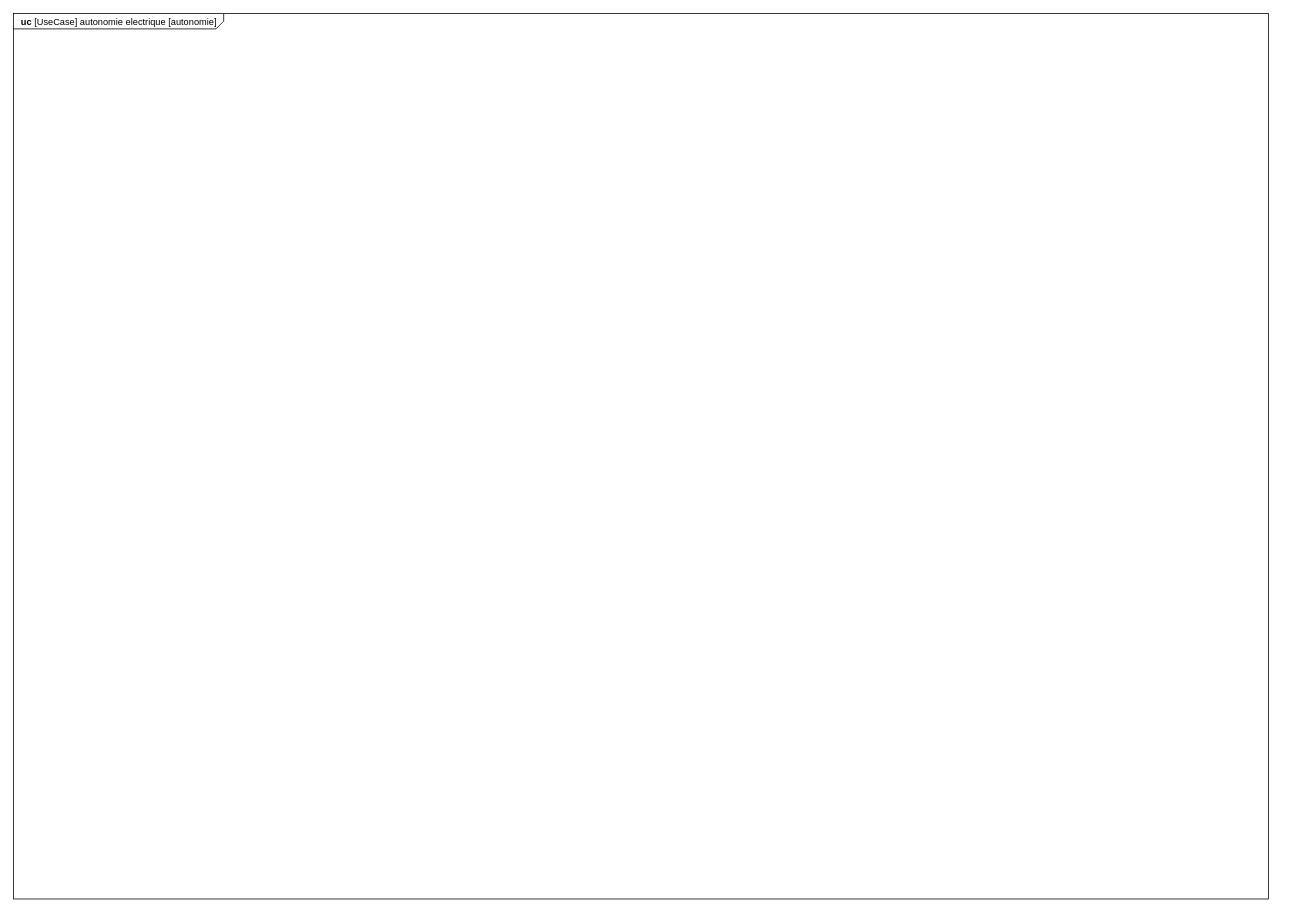
Above: IT/PROJET/usecase diagram electricitée.drawio in yapudjus/travail-lycee-rimains (draw.io), before the change. Source tidied: cells renumbered, new cells numbered last; positions are measured from the earlier drawing's top-left corner, leaving out a move shared by most shapes. Both pictures are drawn from the tidied source at 77%, with x=0, y=0 at pixel (13, 13).
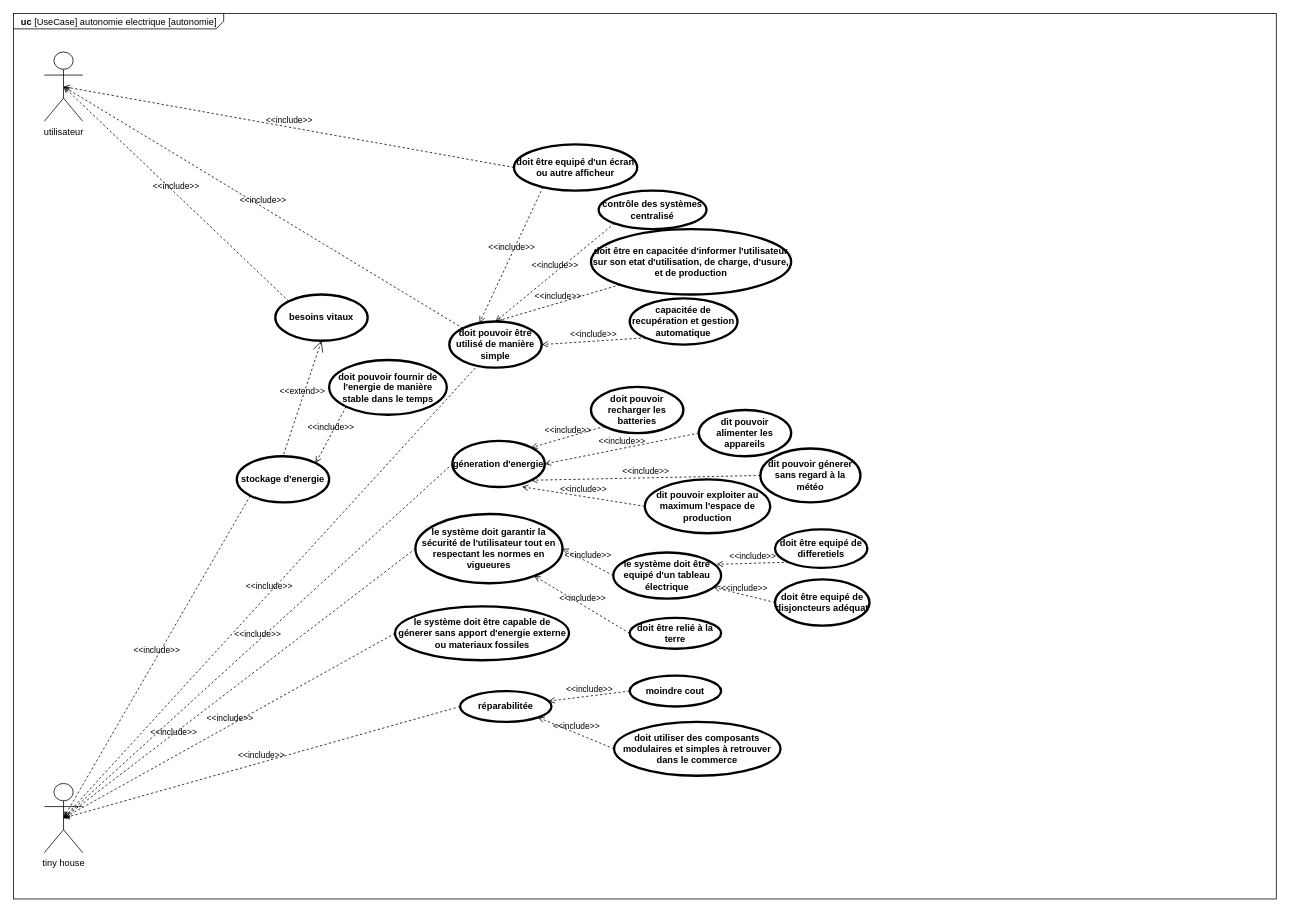
The same page after the edit.

What changed in the source:
```diff
@@
     <mxCell id="2" value="&lt;p style=&quot;margin:0px;margin-top:4px;margin-left:10px;text-align:left;&quot;&gt;&lt;b&gt;uc&lt;/b&gt;&amp;nbsp;[UseCase] autonomie electrique [autonomie]&lt;/p&gt;" style="html=1;shape=mxgraph.sysml.package;xSize=90;align=left;spacingLeft=10;overflow=fill;labelX=273;" parent="1" vertex="1">
-      <mxGeometry width="1630" height="1150" as="geometry" />
+      <mxGeometry width="1640" height="1150" as="geometry" />
     </mxCell>
+    <mxCell id="3" value="utilisateur" style="shape=umlActor;html=1;verticalLabelPosition=bottom;verticalAlign=top;align=center;" parent="1" vertex="1">
+      <mxGeometry x="40" y="50" width="50" height="90" as="geometry" />
+    </mxCell>
+    <mxCell id="4" value="tiny house" style="shape=umlActor;html=1;verticalLabelPosition=bottom;verticalAlign=top;align=center;" parent="1" vertex="1">
+      <mxGeometry x="40" y="1000" width="50" height="90" as="geometry" />
+    </mxCell>
+    <mxCell id="5" value="stockage d'energie" style="shape=ellipse;html=1;strokeWidth=3;fontStyle=1;whiteSpace=wrap;align=center;perimeter=ellipsePerimeter;" parent="1" vertex="1">
+      <mxGeometry x="290" y="575" width="120" height="60" as="geometry" />
+    </mxCell>
+    <mxCell id="6" value="&amp;lt;&amp;lt;include&amp;gt;&amp;gt;" style="edgeStyle=none;html=1;endArrow=open;verticalAlign=bottom;dashed=1;labelBackgroundColor=none;rounded=0;exitX=0;exitY=1;exitDx=0;exitDy=0;entryX=0.5;entryY=0.5;entryDx=0;entryDy=0;entryPerimeter=0;" parent="1" edge="1" source="5" target="4">
+      <mxGeometry relative="1" as="geometry" />
+    </mxCell>
+    <mxCell id="7" value="besoins vitaux" style="shape=ellipse;html=1;strokeWidth=3;fontStyle=1;whiteSpace=wrap;align=center;perimeter=ellipsePerimeter;" parent="1" vertex="1">
+      <mxGeometry x="340" y="365" width="120" height="60" as="geometry" />
+    </mxCell>
+    <mxCell id="8" value="&amp;lt;&amp;lt;extend&amp;gt;&amp;gt;" style="edgeStyle=none;html=1;startArrow=open;endArrow=none;startSize=12;verticalAlign=bottom;dashed=1;labelBackgroundColor=none;rounded=0;entryX=0.5;entryY=0;entryDx=0;entryDy=0;exitX=0.5;exitY=1;exitDx=0;exitDy=0;" parent="1" edge="1" source="7" target="5">
+      <mxGeometry relative="1" as="geometry" />
+    </mxCell>
+    <mxCell id="9" value="&amp;lt;&amp;lt;include&amp;gt;&amp;gt;" style="edgeStyle=none;html=1;endArrow=open;verticalAlign=bottom;dashed=1;labelBackgroundColor=none;rounded=0;exitX=0;exitY=0;exitDx=0;exitDy=0;entryX=0.5;entryY=0.5;entryDx=0;entryDy=0;entryPerimeter=0;" parent="1" edge="1" source="7" target="3">
+      <mxGeometry relative="1" as="geometry" />
+    </mxCell>
+    <mxCell id="10" value="géneration d'energie" style="shape=ellipse;html=1;strokeWidth=3;fontStyle=1;whiteSpace=wrap;align=center;perimeter=ellipsePerimeter;" parent="1" vertex="1">
+      <mxGeometry x="570" y="555" width="120" height="60" as="geometry" />
+    </mxCell>
+    <mxCell id="11" value="&amp;lt;&amp;lt;include&amp;gt;&amp;gt;" style="edgeStyle=none;html=1;endArrow=open;verticalAlign=bottom;dashed=1;labelBackgroundColor=none;rounded=0;exitX=0;exitY=0.5;exitDx=0;exitDy=0;entryX=0.5;entryY=0.5;entryDx=0;entryDy=0;entryPerimeter=0;" parent="1" edge="1" source="10" target="4">
+      <mxGeometry relative="1" as="geometry" />
+    </mxCell>
+    <mxCell id="12" value="doit pouvoir recharger les batteries" style="shape=ellipse;html=1;strokeWidth=3;fontStyle=1;whiteSpace=wrap;align=center;perimeter=ellipsePerimeter;" parent="1" vertex="1">
+      <mxGeometry x="750" y="485" width="120" height="60" as="geometry" />
+    </mxCell>
+    <mxCell id="13" value="&amp;lt;&amp;lt;include&amp;gt;&amp;gt;" style="edgeStyle=none;html=1;endArrow=open;verticalAlign=bottom;dashed=1;labelBackgroundColor=none;rounded=0;entryX=1;entryY=0;entryDx=0;entryDy=0;exitX=0;exitY=1;exitDx=0;exitDy=0;" parent="1" edge="1" source="12" target="10">
+      <mxGeometry relative="1" as="geometry" />
+    </mxCell>
+    <mxCell id="14" value="dit pouvoir alimenter les appareils" style="shape=ellipse;html=1;strokeWidth=3;fontStyle=1;whiteSpace=wrap;align=center;perimeter=ellipsePerimeter;" parent="1" vertex="1">
+      <mxGeometry x="890" y="515" width="120" height="60" as="geometry" />
+    </mxCell>
+    <mxCell id="15" value="&amp;lt;&amp;lt;include&amp;gt;&amp;gt;" style="edgeStyle=none;html=1;endArrow=open;verticalAlign=bottom;dashed=1;labelBackgroundColor=none;rounded=0;entryX=1;entryY=0.5;entryDx=0;entryDy=0;exitX=0;exitY=0.5;exitDx=0;exitDy=0;" parent="1" edge="1" source="14" target="10">
+      <mxGeometry relative="1" as="geometry" />
+    </mxCell>
+    <mxCell id="16" value="le système doit être capable de génerer sans apport d'energie externe ou materiaux fossiles" style="shape=ellipse;html=1;strokeWidth=3;fontStyle=1;whiteSpace=wrap;align=center;perimeter=ellipsePerimeter;" parent="1" vertex="1">
+      <mxGeometry x="495.5" y="770" width="226" height="70" as="geometry" />
+    </mxCell>
+    <mxCell id="17" value="&amp;lt;&amp;lt;include&amp;gt;&amp;gt;" style="edgeStyle=none;html=1;endArrow=open;verticalAlign=bottom;dashed=1;labelBackgroundColor=none;rounded=0;exitX=0;exitY=0.5;exitDx=0;exitDy=0;entryX=0.5;entryY=0.5;entryDx=0;entryDy=0;entryPerimeter=0;" parent="1" edge="1" source="16" target="4">
+      <mxGeometry relative="1" as="geometry" />
+    </mxCell>
+    <mxCell id="18" value="dit pouvoir génerer sans regard à la météo" style="shape=ellipse;html=1;strokeWidth=3;fontStyle=1;whiteSpace=wrap;align=center;perimeter=ellipsePerimeter;" parent="1" vertex="1">
+      <mxGeometry x="970" y="565" width="130" height="70" as="geometry" />
+    </mxCell>
+    <mxCell id="19" value="&amp;lt;&amp;lt;include&amp;gt;&amp;gt;" style="edgeStyle=none;html=1;endArrow=open;verticalAlign=bottom;dashed=1;labelBackgroundColor=none;rounded=0;entryX=1;entryY=1;entryDx=0;entryDy=0;exitX=0;exitY=0.5;exitDx=0;exitDy=0;" parent="1" edge="1" source="18" target="10">
+      <mxGeometry relative="1" as="geometry" />
+    </mxCell>
+    <mxCell id="20" value="doit pouvoir fournir de l'energie de manière stable dans le temps" style="shape=ellipse;html=1;strokeWidth=3;fontStyle=1;whiteSpace=wrap;align=center;perimeter=ellipsePerimeter;" parent="1" vertex="1">
+      <mxGeometry x="410" y="450" width="152.7" height="71.1" as="geometry" />
+    </mxCell>
+    <mxCell id="21" value="&amp;lt;&amp;lt;include&amp;gt;&amp;gt;" style="edgeStyle=none;html=1;endArrow=open;verticalAlign=bottom;dashed=1;labelBackgroundColor=none;rounded=0;entryX=1;entryY=0;entryDx=0;entryDy=0;exitX=0;exitY=1;exitDx=0;exitDy=0;" parent="1" edge="1" source="20" target="5">
+      <mxGeometry relative="1" as="geometry" />
+    </mxCell>
+    <mxCell id="22" value="dit pouvoir exploiter au maximum l'espace de production" style="shape=ellipse;html=1;strokeWidth=3;fontStyle=1;whiteSpace=wrap;align=center;perimeter=ellipsePerimeter;" parent="1" vertex="1">
+      <mxGeometry x="820" y="605" width="162.7" height="70" as="geometry" />
+    </mxCell>
+    <mxCell id="23" value="&amp;lt;&amp;lt;include&amp;gt;&amp;gt;" style="edgeStyle=none;html=1;endArrow=open;verticalAlign=bottom;dashed=1;labelBackgroundColor=none;rounded=0;entryX=0.753;entryY=0.995;entryDx=0;entryDy=0;exitX=0;exitY=0.5;exitDx=0;exitDy=0;entryPerimeter=0;" parent="1" edge="1" source="22" target="10">
+      <mxGeometry relative="1" as="geometry" />
+    </mxCell>
+    <mxCell id="24" value="le système doit garantir la sécurité de l'utilisateur tout en respectant les normes en vigueures" style="shape=ellipse;html=1;strokeWidth=3;fontStyle=1;whiteSpace=wrap;align=center;perimeter=ellipsePerimeter;" parent="1" vertex="1">
+      <mxGeometry x="522" y="650" width="191" height="90" as="geometry" />
+    </mxCell>
+    <mxCell id="25" value="&amp;lt;&amp;lt;include&amp;gt;&amp;gt;" style="edgeStyle=none;html=1;endArrow=open;verticalAlign=bottom;dashed=1;labelBackgroundColor=none;rounded=0;exitX=0;exitY=0.5;exitDx=0;exitDy=0;entryX=0.5;entryY=0.5;entryDx=0;entryDy=0;entryPerimeter=0;" parent="1" edge="1" source="24" target="4">
+      <mxGeometry x="0.39" y="6" relative="1" as="geometry" />
+    </mxCell>
+    <mxCell id="26" value="doit être relié à la terre" style="shape=ellipse;html=1;strokeWidth=3;fontStyle=1;whiteSpace=wrap;align=center;perimeter=ellipsePerimeter;" parent="1" vertex="1">
+      <mxGeometry x="800.3" y="785" width="118.7" height="40" as="geometry" />
+    </mxCell>
+    <mxCell id="27" value="&amp;lt;&amp;lt;include&amp;gt;&amp;gt;" style="edgeStyle=none;html=1;endArrow=open;verticalAlign=bottom;dashed=1;labelBackgroundColor=none;rounded=0;exitX=0;exitY=0.5;exitDx=0;exitDy=0;" parent="1" edge="1" source="26" target="24">
+      <mxGeometry relative="1" as="geometry" />
+    </mxCell>
+    <mxCell id="28" value="le système doit être equipé d'un tableau électrique" style="shape=ellipse;html=1;strokeWidth=3;fontStyle=1;whiteSpace=wrap;align=center;perimeter=ellipsePerimeter;" parent="1" vertex="1">
+      <mxGeometry x="779" y="700" width="140" height="60" as="geometry" />
+    </mxCell>
+    <mxCell id="29" value="&amp;lt;&amp;lt;include&amp;gt;&amp;gt;" style="edgeStyle=none;html=1;endArrow=open;verticalAlign=bottom;dashed=1;labelBackgroundColor=none;rounded=0;entryX=1;entryY=0.5;entryDx=0;entryDy=0;exitX=0;exitY=0.5;exitDx=0;exitDy=0;" parent="1" edge="1" source="28" target="24">
+      <mxGeometry relative="1" as="geometry" />
+    </mxCell>
+    <mxCell id="30" value="doit être equipé de disjoncteurs adéquat" style="shape=ellipse;html=1;strokeWidth=3;fontStyle=1;whiteSpace=wrap;align=center;perimeter=ellipsePerimeter;" parent="1" vertex="1">
+      <mxGeometry x="989" y="735" width="122.7" height="60" as="geometry" />
+    </mxCell>
+    <mxCell id="31" value="&amp;lt;&amp;lt;include&amp;gt;&amp;gt;" style="edgeStyle=none;html=1;endArrow=open;verticalAlign=bottom;dashed=1;labelBackgroundColor=none;rounded=0;exitX=0;exitY=0.5;exitDx=0;exitDy=0;" parent="1" edge="1" source="30" target="28">
+      <mxGeometry relative="1" as="geometry" />
+    </mxCell>
+    <mxCell id="32" value="doit être equipé de differetiels" style="shape=ellipse;html=1;strokeWidth=3;fontStyle=1;whiteSpace=wrap;align=center;perimeter=ellipsePerimeter;" parent="1" vertex="1">
+      <mxGeometry x="989" y="670" width="120" height="50" as="geometry" />
+    </mxCell>
+    <mxCell id="33" value="&amp;lt;&amp;lt;include&amp;gt;&amp;gt;" style="edgeStyle=none;html=1;endArrow=open;verticalAlign=bottom;dashed=1;labelBackgroundColor=none;rounded=0;entryX=0.959;entryY=0.256;entryDx=0;entryDy=0;exitX=0;exitY=1;exitDx=0;exitDy=0;entryPerimeter=0;" parent="1" edge="1" source="32" target="28">
+      <mxGeometry relative="1" as="geometry" />
+    </mxCell>
+    <mxCell id="34" value="doit pouvoir être utilisé de manière simple" style="shape=ellipse;html=1;strokeWidth=3;fontStyle=1;whiteSpace=wrap;align=center;perimeter=ellipsePerimeter;" parent="1" vertex="1">
+      <mxGeometry x="566" y="400" width="120" height="60" as="geometry" />
+    </mxCell>
+    <mxCell id="35" value="&amp;lt;&amp;lt;include&amp;gt;&amp;gt;" style="edgeStyle=none;html=1;endArrow=open;verticalAlign=bottom;dashed=1;labelBackgroundColor=none;rounded=0;exitX=0.28;exitY=1.009;exitDx=0;exitDy=0;entryX=0.5;entryY=0.5;entryDx=0;entryDy=0;entryPerimeter=0;exitPerimeter=0;" parent="1" edge="1" source="34" target="4">
+      <mxGeometry relative="1" as="geometry" />
+    </mxCell>
+    <mxCell id="36" value="&amp;lt;&amp;lt;include&amp;gt;&amp;gt;" style="edgeStyle=none;html=1;endArrow=open;verticalAlign=bottom;dashed=1;labelBackgroundColor=none;rounded=0;entryX=0.5;entryY=0.5;entryDx=0;entryDy=0;exitX=0;exitY=0;exitDx=0;exitDy=0;entryPerimeter=0;" parent="1" edge="1" source="34" target="3">
+      <mxGeometry relative="1" as="geometry" />
+    </mxCell>
+    <mxCell id="37" value="doit être en capacitée d'informer l'utilisateur sur son etat d'utilisation, de charge, d'usure, et de production" style="shape=ellipse;html=1;strokeWidth=3;fontStyle=1;whiteSpace=wrap;align=center;perimeter=ellipsePerimeter;" parent="1" vertex="1">
+      <mxGeometry x="750" y="280" width="260" height="85" as="geometry" />
+    </mxCell>
+    <mxCell id="38" value="&amp;lt;&amp;lt;include&amp;gt;&amp;gt;" style="edgeStyle=none;html=1;endArrow=open;verticalAlign=bottom;dashed=1;labelBackgroundColor=none;rounded=0;entryX=0.5;entryY=0;entryDx=0;entryDy=0;exitX=0;exitY=1;exitDx=0;exitDy=0;" parent="1" edge="1" source="37" target="34">
+      <mxGeometry relative="1" as="geometry" />
+    </mxCell>
+    <mxCell id="39" value="doit être equipé d'un écran ou autre afficheur" style="shape=ellipse;html=1;strokeWidth=3;fontStyle=1;whiteSpace=wrap;align=center;perimeter=ellipsePerimeter;" parent="1" vertex="1">
+      <mxGeometry x="650" y="170" width="160" height="60" as="geometry" />
+    </mxCell>
+    <mxCell id="40" value="&amp;lt;&amp;lt;include&amp;gt;&amp;gt;" style="edgeStyle=none;html=1;endArrow=open;verticalAlign=bottom;dashed=1;labelBackgroundColor=none;rounded=0;entryX=0.5;entryY=0.5;entryDx=0;entryDy=0;exitX=0;exitY=0.5;exitDx=0;exitDy=0;entryPerimeter=0;" parent="1" edge="1" source="39" target="3">
+      <mxGeometry relative="1" as="geometry" />
+    </mxCell>
+    <mxCell id="41" value="&lt;b&gt;capacitée de recupération et gestion automatique&lt;/b&gt;" style="shape=ellipse;html=1;strokeWidth=3;fontStyle=1;whiteSpace=wrap;align=center;perimeter=ellipsePerimeter;" parent="1" vertex="1">
+      <mxGeometry x="800.3" y="370" width="140" height="60" as="geometry" />
+    </mxCell>
+    <mxCell id="42" value="&amp;lt;&amp;lt;include&amp;gt;&amp;gt;" style="edgeStyle=none;html=1;endArrow=open;verticalAlign=bottom;dashed=1;labelBackgroundColor=none;rounded=0;entryX=1;entryY=0.5;entryDx=0;entryDy=0;exitX=0;exitY=1;exitDx=0;exitDy=0;" parent="1" edge="1" source="41" target="34">
+      <mxGeometry relative="1" as="geometry" />
+    </mxCell>
+    <mxCell id="43" value="&lt;b&gt;contrôle des systèmes centralisé&lt;br&gt;&lt;/b&gt;" style="shape=ellipse;html=1;strokeWidth=3;fontStyle=1;whiteSpace=wrap;align=center;perimeter=ellipsePerimeter;" parent="1" vertex="1">
+      <mxGeometry x="760" y="230" width="140" height="50" as="geometry" />
+    </mxCell>
+    <mxCell id="44" value="&amp;lt;&amp;lt;include&amp;gt;&amp;gt;" style="edgeStyle=none;html=1;endArrow=open;verticalAlign=bottom;dashed=1;labelBackgroundColor=none;rounded=0;entryX=0.5;entryY=0;entryDx=0;entryDy=0;exitX=0;exitY=1;exitDx=0;exitDy=0;" parent="1" edge="1" source="43" target="34">
+      <mxGeometry relative="1" as="geometry" />
+    </mxCell>
+    <mxCell id="45" value="&amp;lt;&amp;lt;include&amp;gt;&amp;gt;" style="edgeStyle=none;html=1;endArrow=open;verticalAlign=bottom;dashed=1;labelBackgroundColor=none;rounded=0;entryX=0.328;entryY=0.028;entryDx=0;entryDy=0;exitX=0.236;exitY=0.921;exitDx=0;exitDy=0;entryPerimeter=0;exitPerimeter=0;" parent="1" edge="1" source="39" target="34">
+      <mxGeometry relative="1" as="geometry" />
+    </mxCell>
+    <mxCell id="46" value="doit utiliser des composants modulaires et simples à retrouver dans le commerce" style="shape=ellipse;html=1;strokeWidth=3;fontStyle=1;whiteSpace=wrap;align=center;perimeter=ellipsePerimeter;" parent="1" vertex="1">
+      <mxGeometry x="780" y="920" width="216.1" height="70" as="geometry" />
+    </mxCell>
+    <mxCell id="47" value="&amp;lt;&amp;lt;include&amp;gt;&amp;gt;" style="edgeStyle=none;html=1;endArrow=open;verticalAlign=bottom;dashed=1;labelBackgroundColor=none;rounded=0;exitX=0;exitY=0.5;exitDx=0;exitDy=0;entryX=1;entryY=1;entryDx=0;entryDy=0;" parent="1" edge="1" source="46" target="50">
+      <mxGeometry relative="1" as="geometry" />
+    </mxCell>
+    <mxCell id="48" value="&lt;b&gt;moindre cout&lt;br&gt;&lt;/b&gt;" style="shape=ellipse;html=1;strokeWidth=3;fontStyle=1;whiteSpace=wrap;align=center;perimeter=ellipsePerimeter;" parent="1" vertex="1">
+      <mxGeometry x="800.3" y="860" width="118.7" height="40" as="geometry" />
+    </mxCell>
+    <mxCell id="49" value="&amp;lt;&amp;lt;include&amp;gt;&amp;gt;" style="edgeStyle=none;html=1;endArrow=open;verticalAlign=bottom;dashed=1;labelBackgroundColor=none;rounded=0;exitX=0;exitY=0.5;exitDx=0;exitDy=0;" parent="1" edge="1" source="48" target="50">
+      <mxGeometry relative="1" as="geometry" />
+    </mxCell>
+    <mxCell id="50" value="&lt;b&gt;réparabilitée&lt;br&gt;&lt;/b&gt;" style="shape=ellipse;html=1;strokeWidth=3;fontStyle=1;whiteSpace=wrap;align=center;perimeter=ellipsePerimeter;" parent="1" vertex="1">
+      <mxGeometry x="580" y="880" width="118.7" height="40" as="geometry" />
+    </mxCell>
+    <mxCell id="51" value="&amp;lt;&amp;lt;include&amp;gt;&amp;gt;" style="edgeStyle=none;html=1;endArrow=open;verticalAlign=bottom;dashed=1;labelBackgroundColor=none;rounded=0;exitX=0;exitY=0.5;exitDx=0;exitDy=0;entryX=0.5;entryY=0.5;entryDx=0;entryDy=0;entryPerimeter=0;" parent="1" edge="1" source="50" target="4">
+      <mxGeometry relative="1" as="geometry" />
+    </mxCell>
```
